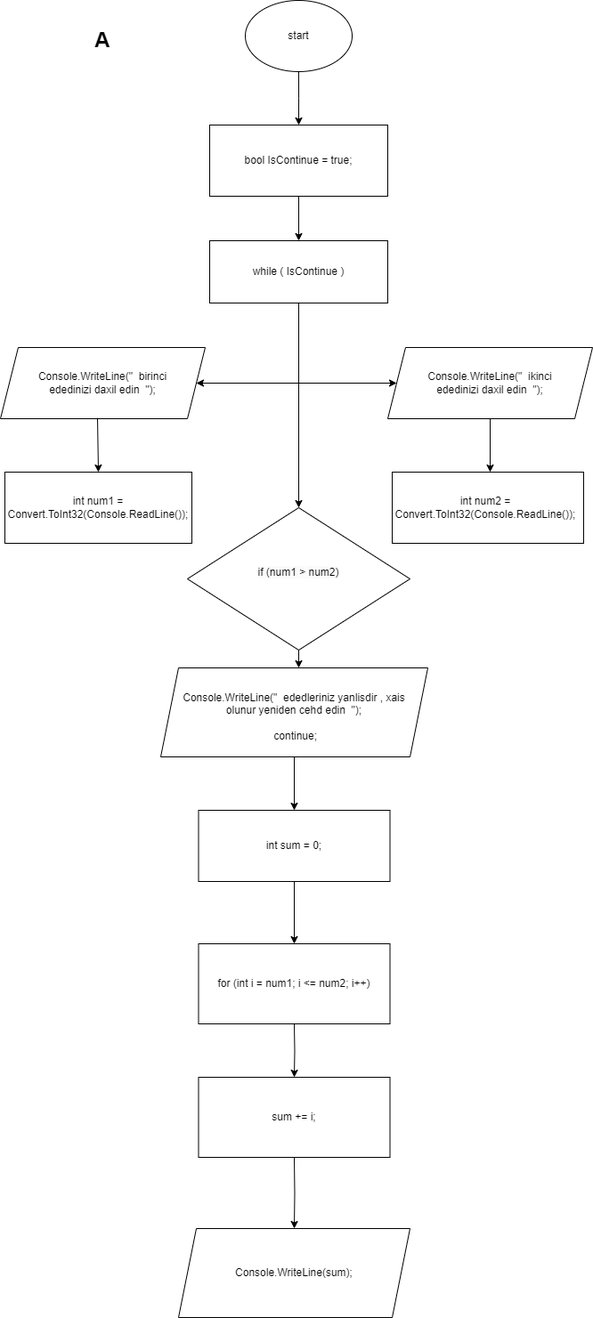
Above: flowchart task A.png in Mehemmed-Cf/assigment (draw.io), before the change. Source tidied: cells renumbered, new cells last; positions are measured from the earlier drawing's top-left corner, leaving out a move shared by most shapes.
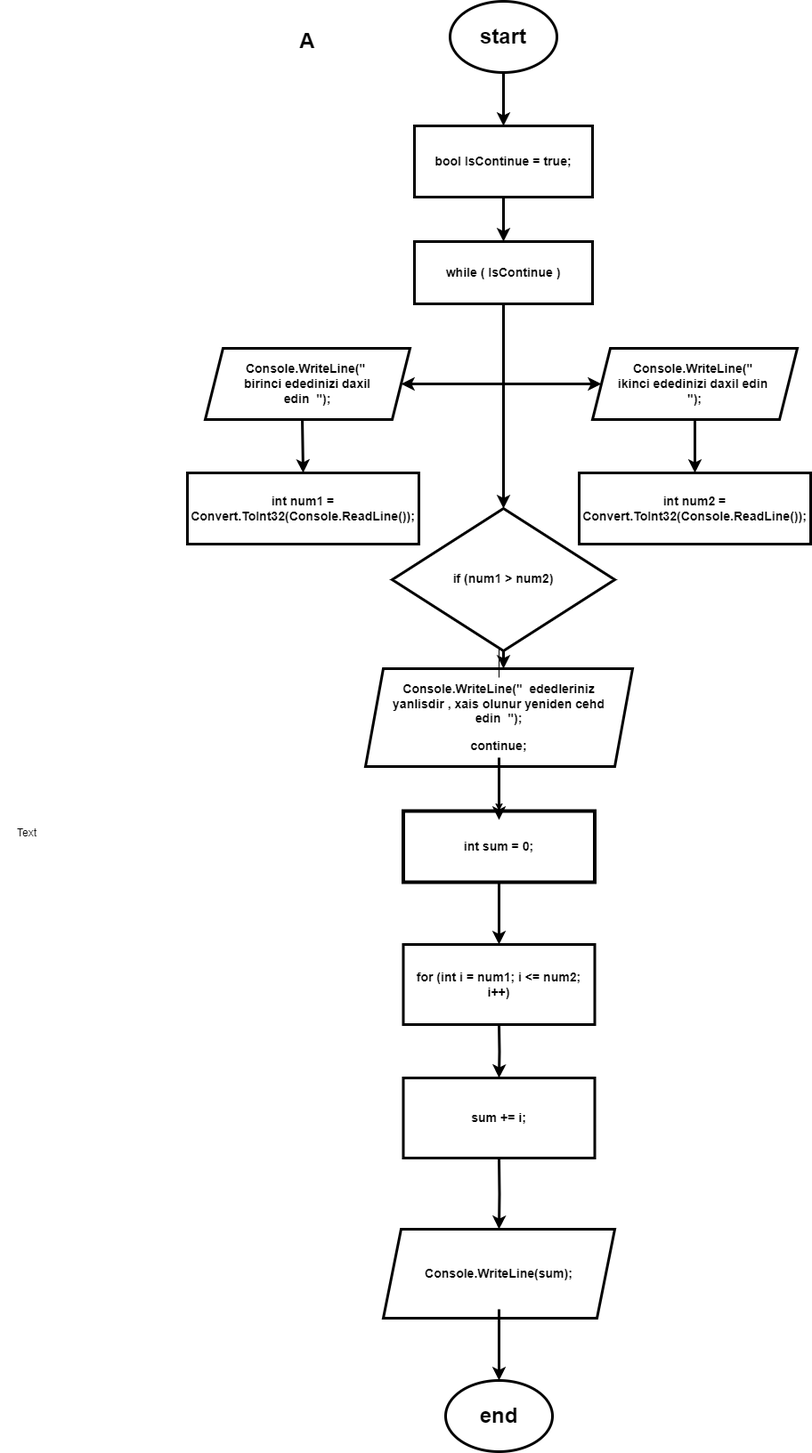
The same file after the commit.

Change to the diagram source:
```diff
@@ -2,130 +2,147 @@
   <root>
     <mxCell id="0" />
     <mxCell id="1" parent="0" />
-    <mxCell id="2" style="edgeStyle=orthogonalEdgeStyle;rounded=0;jettySize=auto;html=1;" parent="1" edge="1" source="3">
+    <mxCell id="2" style="edgeStyle=orthogonalEdgeStyle;rounded=0;jettySize=auto;html=1;strokeWidth=3;" parent="1" edge="1" source="3">
       <mxGeometry relative="1" as="geometry">
         <mxPoint x="335" y="140" as="targetPoint" />
       </mxGeometry>
     </mxCell>
-    <mxCell id="3" style="ellipse;whiteSpace=wrap;html=1;" parent="1" vertex="1">
+    <mxCell id="3" style="ellipse;whiteSpace=wrap;html=1;strokeWidth=3;" parent="1" vertex="1">
       <mxGeometry x="275" width="120" height="80" as="geometry" />
     </mxCell>
-    <mxCell id="4" value="start" style="text;html=1;strokeColor=none;fillColor=none;align=center;verticalAlign=middle;whiteSpace=wrap;rounded=0;" parent="1" vertex="1">
+    <mxCell id="4" value="&lt;h1&gt;start&lt;/h1&gt;" style="text;html=1;strokeColor=none;fillColor=none;align=center;verticalAlign=middle;whiteSpace=wrap;rounded=0;" parent="1" vertex="1">
       <mxGeometry x="305" y="25" width="60" height="30" as="geometry" />
     </mxCell>
-    <mxCell id="5" style="edgeStyle=orthogonalEdgeStyle;rounded=0;jettySize=auto;html=1;exitX=0.5;exitY=1;exitDx=0;exitDy=0;entryX=0.5;entryY=0;entryDx=0;entryDy=0;" parent="1" edge="1" source="6" target="10">
+    <mxCell id="5" style="edgeStyle=orthogonalEdgeStyle;rounded=0;jettySize=auto;html=1;exitX=0.5;exitY=1;exitDx=0;exitDy=0;entryX=0.5;entryY=0;entryDx=0;entryDy=0;strokeWidth=3;" parent="1" edge="1" source="6" target="10">
       <mxGeometry relative="1" as="geometry" />
     </mxCell>
-    <mxCell id="6" style="rounded=0;whiteSpace=wrap;html=1;" parent="1" vertex="1">
+    <mxCell id="6" style="rounded=0;whiteSpace=wrap;html=1;strokeWidth=3;" parent="1" vertex="1">
       <mxGeometry x="235" y="140" width="200" height="80" as="geometry" />
     </mxCell>
-    <mxCell id="7" value="bool IsContinue = true;" style="text;html=1;strokeColor=none;fillColor=none;align=center;verticalAlign=middle;whiteSpace=wrap;rounded=0;" parent="1" vertex="1">
+    <mxCell id="7" value="&lt;h3&gt;bool IsContinue = true;&lt;/h3&gt;" style="text;html=1;strokeColor=none;fillColor=none;align=center;verticalAlign=middle;whiteSpace=wrap;rounded=0;" parent="1" vertex="1">
       <mxGeometry x="245" y="155" width="180" height="50" as="geometry" />
     </mxCell>
     <mxCell id="8" value="&lt;h1&gt;A&lt;/h1&gt;" style="text;html=1;strokeColor=none;fillColor=none;align=center;verticalAlign=middle;whiteSpace=wrap;rounded=0;" parent="1" vertex="1">
       <mxGeometry x="25" width="180" height="90" as="geometry" />
     </mxCell>
-    <mxCell id="9" style="edgeStyle=orthogonalEdgeStyle;rounded=0;jettySize=auto;html=1;exitX=0.5;exitY=1;exitDx=0;exitDy=0;entryX=0.5;entryY=0;entryDx=0;entryDy=0;" parent="1" edge="1" source="10" target="38">
+    <mxCell id="9" style="edgeStyle=orthogonalEdgeStyle;rounded=0;jettySize=auto;html=1;exitX=0.5;exitY=1;exitDx=0;exitDy=0;entryX=0.5;entryY=0;entryDx=0;entryDy=0;strokeWidth=3;" parent="1" edge="1" source="10" target="38">
       <mxGeometry relative="1" as="geometry" />
     </mxCell>
-    <mxCell id="10" style="rounded=0;whiteSpace=wrap;html=1;" parent="1" vertex="1">
+    <mxCell id="10" style="rounded=0;whiteSpace=wrap;html=1;strokeWidth=3;" parent="1" vertex="1">
       <mxGeometry x="235" y="270" width="200" height="70" as="geometry" />
     </mxCell>
-    <mxCell id="11" value="while ( IsContinue )" style="text;html=1;strokeColor=none;fillColor=none;align=center;verticalAlign=middle;whiteSpace=wrap;rounded=0;" parent="1" vertex="1">
+    <mxCell id="11" value="&lt;h3&gt;while ( IsContinue )&lt;/h3&gt;" style="text;html=1;strokeColor=none;fillColor=none;align=center;verticalAlign=middle;whiteSpace=wrap;rounded=0;" parent="1" vertex="1">
       <mxGeometry x="245" y="280" width="180" height="50" as="geometry" />
     </mxCell>
-    <mxCell id="12" style="shape=parallelogram;perimeter=parallelogramPerimeter;whiteSpace=wrap;html=1;fixedSize=1;" parent="1" vertex="1">
+    <mxCell id="12" style="shape=parallelogram;perimeter=parallelogramPerimeter;whiteSpace=wrap;html=1;fixedSize=1;strokeWidth=3;" parent="1" vertex="1">
       <mxGeometry y="390" width="230" height="80" as="geometry" />
     </mxCell>
-    <mxCell id="13" value="Console.WriteLine(&quot;  birinci ededinizi daxil edin  &quot;);" style="text;html=1;strokeColor=none;fillColor=none;align=center;verticalAlign=middle;whiteSpace=wrap;rounded=0;" parent="1" vertex="1">
+    <mxCell id="13" value="&lt;h3&gt;Console.WriteLine(&quot;&amp;nbsp; birinci ededinizi daxil edin&amp;nbsp; &quot;);&lt;/h3&gt;" style="text;html=1;strokeColor=none;fillColor=none;align=center;verticalAlign=middle;whiteSpace=wrap;rounded=0;" parent="1" vertex="1">
       <mxGeometry x="25" y="400" width="180" height="60" as="geometry" />
     </mxCell>
-    <mxCell id="14" style="shape=parallelogram;perimeter=parallelogramPerimeter;whiteSpace=wrap;html=1;fixedSize=1;" parent="1" vertex="1">
+    <mxCell id="14" style="shape=parallelogram;perimeter=parallelogramPerimeter;whiteSpace=wrap;html=1;fixedSize=1;strokeWidth=3;" parent="1" vertex="1">
       <mxGeometry x="435" y="390" width="230" height="80" as="geometry" />
     </mxCell>
-    <mxCell id="15" value="Console.WriteLine(&quot;&amp;nbsp; ikinci ededinizi daxil edin&amp;nbsp; &quot;);" style="text;html=1;strokeColor=none;fillColor=none;align=center;verticalAlign=middle;whiteSpace=wrap;rounded=0;" parent="1" vertex="1">
+    <mxCell id="15" value="&lt;h3&gt;Console.WriteLine(&quot;&amp;nbsp; ikinci ededinizi daxil edin&amp;nbsp; &quot;);&lt;/h3&gt;" style="text;html=1;strokeColor=none;fillColor=none;align=center;verticalAlign=middle;whiteSpace=wrap;rounded=0;" parent="1" vertex="1">
       <mxGeometry x="460" y="400" width="180" height="60" as="geometry" />
     </mxCell>
-    <mxCell id="16" style="endArrow=classic;startArrow=classic;html=1;rounded=0;entryX=0;entryY=0.5;entryDx=0;entryDy=0;exitX=1;exitY=0.5;exitDx=0;exitDy=0;" parent="1" edge="1" source="12" target="14">
+    <mxCell id="16" style="endArrow=classic;startArrow=classic;html=1;rounded=0;entryX=0;entryY=0.5;entryDx=0;entryDy=0;exitX=1;exitY=0.5;exitDx=0;exitDy=0;strokeWidth=3;" parent="1" edge="1" source="12" target="14">
       <mxGeometry relative="1" as="geometry" />
     </mxCell>
-    <mxCell id="17" style="rounded=0;whiteSpace=wrap;html=1;" parent="1" vertex="1">
-      <mxGeometry x="5" y="530" width="210" height="80" as="geometry" />
+    <mxCell id="17" style="rounded=0;whiteSpace=wrap;html=1;strokeWidth=3;" parent="1" vertex="1">
+      <mxGeometry x="-20" y="530" width="260" height="80" as="geometry" />
     </mxCell>
-    <mxCell id="18" style="rounded=0;whiteSpace=wrap;html=1;" parent="1" vertex="1">
-      <mxGeometry x="440" y="530" width="215" height="80" as="geometry" />
+    <mxCell id="18" style="rounded=0;whiteSpace=wrap;html=1;strokeWidth=3;" parent="1" vertex="1">
+      <mxGeometry x="420" y="530" width="260" height="80" as="geometry" />
     </mxCell>
-    <mxCell id="19" value="int num1 = Convert.ToInt32(Console.ReadLine());" style="text;html=1;strokeColor=none;fillColor=none;align=center;verticalAlign=middle;whiteSpace=wrap;rounded=0;" parent="1" vertex="1">
+    <mxCell id="19" value="&lt;h3&gt;int num1 = Convert.ToInt32(Console.ReadLine());&lt;/h3&gt;" style="text;html=1;strokeColor=none;fillColor=none;align=center;verticalAlign=middle;whiteSpace=wrap;rounded=0;" parent="1" vertex="1">
       <mxGeometry x="15" y="540" width="190" height="60" as="geometry" />
     </mxCell>
-    <mxCell id="20" value="int num2 = Convert.ToInt32(Console.ReadLine());" style="text;html=1;strokeColor=none;fillColor=none;align=center;verticalAlign=middle;whiteSpace=wrap;rounded=0;" parent="1" vertex="1">
-      <mxGeometry x="445" y="540" width="200" height="60" as="geometry" />
+    <mxCell id="20" value="&lt;h3&gt;int num2 = Convert.ToInt32(Console.ReadLine());&lt;/h3&gt;" style="text;html=1;strokeColor=none;fillColor=none;align=center;verticalAlign=middle;whiteSpace=wrap;rounded=0;" parent="1" vertex="1">
+      <mxGeometry x="450" y="540" width="200" height="60" as="geometry" />
     </mxCell>
-    <mxCell id="21" style="endArrow=classic;html=1;rounded=0;exitX=0.474;exitY=0.99;exitDx=0;exitDy=0;exitPerimeter=0;entryX=0.5;entryY=0;entryDx=0;entryDy=0;" parent="1" edge="1" source="12" target="17">
+    <mxCell id="21" style="endArrow=classic;html=1;rounded=0;exitX=0.474;exitY=0.99;exitDx=0;exitDy=0;exitPerimeter=0;entryX=0.5;entryY=0;entryDx=0;entryDy=0;strokeWidth=3;" parent="1" edge="1" source="12" target="17">
       <mxGeometry relative="1" as="geometry" />
     </mxCell>
-    <mxCell id="22" style="endArrow=classic;html=1;rounded=0;exitX=0.5;exitY=1;exitDx=0;exitDy=0;" parent="1" edge="1" source="14">
+    <mxCell id="22" style="endArrow=classic;html=1;rounded=0;exitX=0.5;exitY=1;exitDx=0;exitDy=0;strokeWidth=3;" parent="1" edge="1" source="14">
       <mxGeometry relative="1" as="geometry">
         <mxPoint x="550" y="530" as="targetPoint" />
       </mxGeometry>
     </mxCell>
-    <mxCell id="23" style="endArrow=classic;html=1;rounded=0;exitX=0.5;exitY=1;exitDx=0;exitDy=0;" parent="1" edge="1">
+    <mxCell id="23" style="endArrow=classic;html=1;rounded=0;exitX=0.5;exitY=1;exitDx=0;exitDy=0;strokeWidth=3;" parent="1" edge="1" source="38">
       <mxGeometry relative="1" as="geometry">
-        <mxPoint x="335" y="690" as="sourcePoint" />
         <mxPoint x="335" y="750" as="targetPoint" />
       </mxGeometry>
     </mxCell>
-    <mxCell id="24" style="rounded=0;whiteSpace=wrap;html=1;glass=0;shadow=0;" parent="1" vertex="1">
+    <mxCell id="24" style="rounded=0;whiteSpace=wrap;html=1;glass=0;shadow=0;strokeWidth=4;" parent="1" vertex="1">
       <mxGeometry x="222.5" y="910" width="215" height="80" as="geometry" />
     </mxCell>
-    <mxCell id="25" style="edgeStyle=orthogonalEdgeStyle;rounded=0;jettySize=auto;html=1;exitX=0.5;exitY=1;exitDx=0;exitDy=0;" parent="1" edge="1" source="24" target="27">
+    <mxCell id="25" style="edgeStyle=orthogonalEdgeStyle;rounded=0;jettySize=auto;html=1;exitX=0.5;exitY=1;exitDx=0;exitDy=0;strokeWidth=3;" parent="1" edge="1" source="24" target="27">
       <mxGeometry relative="1" as="geometry" />
     </mxCell>
-    <mxCell id="26" value="int sum = 0;" style="text;html=1;strokeColor=none;fillColor=none;align=center;verticalAlign=middle;whiteSpace=wrap;rounded=0;" parent="1" vertex="1">
+    <mxCell id="26" value="&lt;h3&gt;int sum = 0;&lt;/h3&gt;" style="text;html=1;strokeColor=none;fillColor=none;align=center;verticalAlign=middle;whiteSpace=wrap;rounded=0;" parent="1" vertex="1">
       <mxGeometry x="230" y="920" width="200" height="60" as="geometry" />
     </mxCell>
-    <mxCell id="27" style="rounded=0;whiteSpace=wrap;html=1;glass=0;shadow=0;" parent="1" vertex="1">
+    <mxCell id="27" style="rounded=0;whiteSpace=wrap;html=1;glass=0;shadow=0;strokeWidth=3;" parent="1" vertex="1">
       <mxGeometry x="222.5" y="1060" width="215" height="90" as="geometry" />
     </mxCell>
-    <mxCell id="28" style="edgeStyle=orthogonalEdgeStyle;rounded=0;jettySize=auto;html=1;entryX=0.5;entryY=0;entryDx=0;entryDy=0;" parent="1" edge="1" target="30">
+    <mxCell id="28" style="edgeStyle=orthogonalEdgeStyle;rounded=0;jettySize=auto;html=1;entryX=0.5;entryY=0;entryDx=0;entryDy=0;strokeWidth=3;" parent="1" edge="1" target="30">
       <mxGeometry relative="1" as="geometry">
         <mxPoint x="330" y="1150" as="sourcePoint" />
       </mxGeometry>
     </mxCell>
-    <mxCell id="29" value="for (int i = num1; i &amp;lt;= num2; i++)" style="text;html=1;strokeColor=none;fillColor=none;align=center;verticalAlign=middle;whiteSpace=wrap;rounded=0;" parent="1" vertex="1">
+    <mxCell id="29" value="&lt;h3&gt;for (int i = num1; i &amp;lt;= num2; i++)&lt;/h3&gt;" style="text;html=1;strokeColor=none;fillColor=none;align=center;verticalAlign=middle;whiteSpace=wrap;rounded=0;" parent="1" vertex="1">
       <mxGeometry x="230" y="1070" width="200" height="70" as="geometry" />
     </mxCell>
-    <mxCell id="30" style="rounded=0;whiteSpace=wrap;html=1;glass=0;shadow=0;" parent="1" vertex="1">
+    <mxCell id="30" style="rounded=0;whiteSpace=wrap;html=1;glass=0;shadow=0;strokeWidth=3;" parent="1" vertex="1">
       <mxGeometry x="222.5" y="1210" width="215" height="90" as="geometry" />
     </mxCell>
-    <mxCell id="31" style="edgeStyle=orthogonalEdgeStyle;rounded=0;jettySize=auto;html=1;entryX=0.5;entryY=0;entryDx=0;entryDy=0;" parent="1" edge="1" target="36">
+    <mxCell id="31" style="edgeStyle=orthogonalEdgeStyle;rounded=0;jettySize=auto;html=1;entryX=0.5;entryY=0;entryDx=0;entryDy=0;strokeColor=default;strokeWidth=3;" parent="1" edge="1" target="36">
       <mxGeometry relative="1" as="geometry">
         <mxPoint x="330" y="1300" as="sourcePoint" />
       </mxGeometry>
     </mxCell>
-    <mxCell id="32" value="sum += i;" style="text;html=1;strokeColor=none;fillColor=none;align=center;verticalAlign=middle;whiteSpace=wrap;rounded=0;" parent="1" vertex="1">
+    <mxCell id="32" value="&lt;h3&gt;sum += i;&lt;/h3&gt;" style="text;html=1;strokeColor=none;fillColor=none;align=center;verticalAlign=middle;whiteSpace=wrap;rounded=0;" parent="1" vertex="1">
       <mxGeometry x="230" y="1220" width="200" height="70" as="geometry" />
     </mxCell>
     <mxCell id="33" style="edgeStyle=orthogonalEdgeStyle;rounded=0;jettySize=auto;html=1;entryX=0.5;entryY=0;entryDx=0;entryDy=0;" parent="1" edge="1" source="34" target="24">
       <mxGeometry relative="1" as="geometry" />
     </mxCell>
-    <mxCell id="34" style="shape=parallelogram;perimeter=parallelogramPerimeter;whiteSpace=wrap;html=1;fixedSize=1;" parent="1" vertex="1">
-      <mxGeometry x="180" y="750" width="300" height="100" as="geometry" />
+    <mxCell id="34" style="shape=parallelogram;perimeter=parallelogramPerimeter;whiteSpace=wrap;html=1;fixedSize=1;perimeterSpacing=0;strokeWidth=3;" parent="1" vertex="1">
+      <mxGeometry x="180" y="750" width="300" height="110" as="geometry" />
     </mxCell>
+    <mxCell id="40" style="edgeStyle=orthogonalEdgeStyle;rounded=0;jettySize=auto;html=1;strokeWidth=3;" parent="1" edge="1" source="35" target="26">
+      <mxGeometry relative="1" as="geometry" />
+    </mxCell>
+    <mxCell id="41" style="edgeStyle=orthogonalEdgeStyle;rounded=0;jettySize=auto;html=1;" parent="1" edge="1" source="35" target="39">
+      <mxGeometry relative="1" as="geometry" />
+    </mxCell>
-    <mxCell id="35" value="Console.WriteLine(&quot;&amp;nbsp; ededleriniz yanlisdir , xais olunur yeniden cehd edin&amp;nbsp; &quot;);&lt;br&gt;&lt;br&gt;&amp;nbsp;continue;" style="text;html=1;strokeColor=none;fillColor=none;align=center;verticalAlign=middle;whiteSpace=wrap;rounded=0;" parent="1" vertex="1">
+    <mxCell id="35" value="&lt;h3&gt;Console.WriteLine(&quot;&amp;nbsp; ededleriniz yanlisdir , xais olunur yeniden cehd edin&amp;nbsp; &quot;);&lt;/h3&gt;&lt;h3&gt;continue;&lt;/h3&gt;" style="text;html=1;strokeColor=none;fillColor=none;align=center;verticalAlign=middle;whiteSpace=wrap;rounded=0;" parent="1" vertex="1">
       <mxGeometry x="200" y="760" width="260" height="90" as="geometry" />
     </mxCell>
-    <mxCell id="36" style="shape=parallelogram;perimeter=parallelogramPerimeter;whiteSpace=wrap;html=1;fixedSize=1;" parent="1" vertex="1">
+    <mxCell id="36" style="shape=parallelogram;perimeter=parallelogramPerimeter;whiteSpace=wrap;html=1;fixedSize=1;strokeWidth=3;" parent="1" vertex="1">
       <mxGeometry x="200" y="1380" width="260" height="100" as="geometry" />
     </mxCell>
+    <mxCell id="42" style="edgeStyle=orthogonalEdgeStyle;rounded=0;jettySize=auto;html=1;entryX=0.5;entryY=0;entryDx=0;entryDy=0;strokeWidth=3;" parent="1" edge="1" source="37" target="43">
+      <mxGeometry relative="1" as="geometry" />
+    </mxCell>
-    <mxCell id="37" value="Console.WriteLine(sum);" style="text;html=1;strokeColor=none;fillColor=none;align=center;verticalAlign=middle;whiteSpace=wrap;rounded=0;" parent="1" vertex="1">
+    <mxCell id="37" value="&lt;h3&gt;Console.WriteLine(sum);&lt;/h3&gt;" style="text;html=1;strokeColor=none;fillColor=none;align=center;verticalAlign=middle;whiteSpace=wrap;rounded=0;" parent="1" vertex="1">
       <mxGeometry x="220" y="1390" width="220" height="80" as="geometry" />
     </mxCell>
-    <mxCell id="38" style="rhombus;whiteSpace=wrap;html=1;" parent="1" vertex="1">
+    <mxCell id="38" style="rhombus;whiteSpace=wrap;html=1;strokeWidth=3;" parent="1" vertex="1">
       <mxGeometry x="210" y="570" width="250" height="160" as="geometry" />
     </mxCell>
-    <mxCell id="39" value="&#10;&lt;span style=&quot;color: rgb(0, 0, 0); font-family: Helvetica; font-size: 12px; font-style: normal; font-variant-ligatures: normal; font-variant-caps: normal; font-weight: 400; letter-spacing: normal; orphans: 2; text-align: center; text-indent: 0px; text-transform: none; widows: 2; word-spacing: 0px; -webkit-text-stroke-width: 0px; background-color: rgb(251, 251, 251); text-decoration-thickness: initial; text-decoration-style: initial; text-decoration-color: initial; float: none; display: inline !important;&quot;&gt;if (num1 &amp;gt; num2)&lt;/span&gt;&#10;&#10;" style="text;html=1;strokeColor=none;fillColor=none;align=center;verticalAlign=middle;whiteSpace=wrap;rounded=0;" parent="1" vertex="1">
-      <mxGeometry x="260" y="600" width="150" height="100" as="geometry" />
+    <mxCell id="39" value="&lt;h3&gt;&lt;br&gt;if (num1 &amp;gt; num2)&lt;/h3&gt;" style="text;html=1;strokeColor=none;fillColor=none;align=center;verticalAlign=middle;whiteSpace=wrap;rounded=0;" parent="1" vertex="1">
+      <mxGeometry x="260" y="590" width="150" height="100" as="geometry" />
     </mxCell>
+    <mxCell id="43" style="ellipse;whiteSpace=wrap;html=1;strokeWidth=3;" parent="1" vertex="1">
+      <mxGeometry x="270" y="1550" width="120" height="80" as="geometry" />
+    </mxCell>
+    <mxCell id="44" value="&lt;h1&gt;end&lt;/h1&gt;" style="text;html=1;strokeColor=none;fillColor=none;align=center;verticalAlign=middle;whiteSpace=wrap;rounded=0;" parent="1" vertex="1">
+      <mxGeometry x="280" y="1560" width="100" height="60" as="geometry" />
+    </mxCell>
+    <mxCell id="45" value="Text" style="text;html=1;strokeColor=none;fillColor=none;align=center;verticalAlign=middle;whiteSpace=wrap;rounded=0;" parent="1" vertex="1">
+      <mxGeometry x="-230" y="920" width="60" height="30" as="geometry" />
+    </mxCell>
   </root>
 </mxGraphModel>
```
